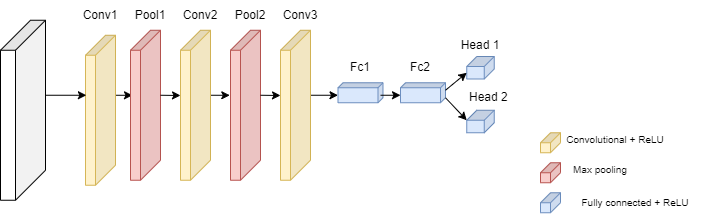
Earlier version of the draw.io export 3 layer Conv Multitask (Age + Gender Classifier).png (akmeraki/Neural-Network-Architecure-Diagrams). Source tidied: cells renumbered, new cells last; positions are measured from the earlier drawing's top-left corner, leaving out a move shared by most shapes.
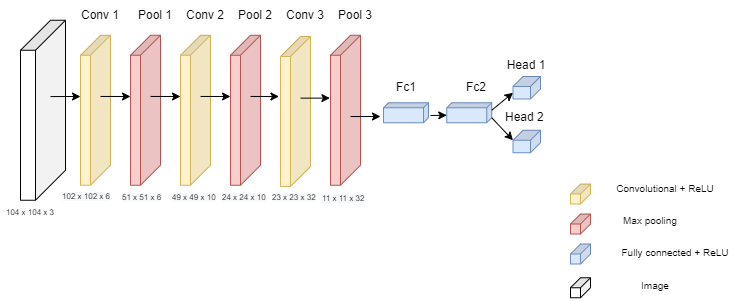
The same diagram one commit later.

What changed in the source:
```diff
@@ -2,85 +2,69 @@
   <root>
     <mxCell id="0" />
     <mxCell id="1" parent="0" />
-    <mxCell id="2" style="edgeStyle=orthogonalEdgeStyle;rounded=0;jettySize=auto;html=1;exitX=0;exitY=0;exitDx=65;exitDy=0;exitPerimeter=0;entryX=0.436;entryY=0.933;entryDx=0;entryDy=0;entryPerimeter=0;" parent="1" edge="1" target="6">
-      <mxGeometry relative="1" as="geometry">
-        <mxPoint x="110" y="94.8" as="sourcePoint" />
-      </mxGeometry>
-    </mxCell>
     <mxCell id="3" style="shape=cube;whiteSpace=wrap;html=1;boundedLbl=1;backgroundOutline=1;darkOpacity=0.05;darkOpacity2=0.1;shadow=0;sketch=0;strokeColor=#d6b656;size=20;direction=south;fillColor=#fff2cc;" parent="1" vertex="1">
-      <mxGeometry x="85" y="34.8" width="30" height="150" as="geometry" />
+      <mxGeometry x="60" y="34.8" width="30" height="150" as="geometry" />
     </mxCell>
-    <mxCell id="4" style="edgeStyle=orthogonalEdgeStyle;rounded=0;jettySize=auto;html=1;exitX=0;exitY=0;exitDx=65;exitDy=0;exitPerimeter=0;entryX=0.431;entryY=1.022;entryDx=0;entryDy=0;entryPerimeter=0;" parent="1" edge="1" source="5" target="7">
-      <mxGeometry relative="1" as="geometry" />
-    </mxCell>
     <mxCell id="5" style="shape=cube;whiteSpace=wrap;html=1;boundedLbl=1;backgroundOutline=1;darkOpacity=0.05;darkOpacity2=0.1;shadow=0;sketch=0;strokeColor=#d6b656;size=20;direction=south;fillColor=#fff2cc;" parent="1" vertex="1">
-      <mxGeometry x="180" y="29.8" width="30" height="150" as="geometry" />
+      <mxGeometry x="160" y="34.8" width="30" height="150" as="geometry" />
     </mxCell>
     <mxCell id="6" style="shape=cube;whiteSpace=wrap;html=1;boundedLbl=1;backgroundOutline=1;darkOpacity=0.05;darkOpacity2=0.1;shadow=0;sketch=0;strokeColor=#b85450;size=20;direction=south;fillColor=#f8cecc;" parent="1" vertex="1">
-      <mxGeometry x="130" y="29.8" width="30" height="150" as="geometry" />
+      <mxGeometry x="110" y="34.8" width="30" height="150" as="geometry" />
     </mxCell>
     <mxCell id="7" style="shape=cube;whiteSpace=wrap;html=1;boundedLbl=1;backgroundOutline=1;darkOpacity=0.05;darkOpacity2=0.1;shadow=0;sketch=0;strokeColor=#b85450;size=20;direction=south;fillColor=#f8cecc;" parent="1" vertex="1">
-      <mxGeometry x="230" y="29.8" width="30" height="150" as="geometry" />
+      <mxGeometry x="210" y="34.8" width="30" height="150" as="geometry" />
     </mxCell>
-    <mxCell id="8" value="Conv1" style="text;html=1;strokeColor=none;fillColor=none;align=center;verticalAlign=middle;whiteSpace=wrap;rounded=0;shadow=0;sketch=0;" parent="1" vertex="1">
-      <mxGeometry x="70" y="-0.2" width="60" height="30" as="geometry" />
+    <mxCell id="8" value="Conv 1" style="text;html=1;strokeColor=none;fillColor=none;align=center;verticalAlign=middle;whiteSpace=wrap;rounded=0;shadow=0;sketch=0;" parent="1" vertex="1">
+      <mxGeometry x="50" y="-0.2" width="60" height="30" as="geometry" />
     </mxCell>
-    <mxCell id="9" value="Pool1" style="text;html=1;strokeColor=none;fillColor=none;align=center;verticalAlign=middle;whiteSpace=wrap;rounded=0;shadow=0;sketch=0;" parent="1" vertex="1">
-      <mxGeometry x="120" y="-0.2" width="60" height="30" as="geometry" />
+    <mxCell id="9" value="Pool 1" style="text;html=1;strokeColor=none;fillColor=none;align=center;verticalAlign=middle;whiteSpace=wrap;rounded=0;shadow=0;sketch=0;" parent="1" vertex="1">
+      <mxGeometry x="105" y="-0.2" width="60" height="30" as="geometry" />
     </mxCell>
-    <mxCell id="10" value="Conv2" style="text;html=1;strokeColor=none;fillColor=none;align=center;verticalAlign=middle;whiteSpace=wrap;rounded=0;shadow=0;sketch=0;" parent="1" vertex="1">
-      <mxGeometry x="170" y="-0.2" width="60" height="30" as="geometry" />
+    <mxCell id="10" value="Conv 2" style="text;html=1;strokeColor=none;fillColor=none;align=center;verticalAlign=middle;whiteSpace=wrap;rounded=0;shadow=0;sketch=0;" parent="1" vertex="1">
+      <mxGeometry x="155" y="-0.2" width="60" height="30" as="geometry" />
     </mxCell>
-    <mxCell id="11" value="Pool2" style="text;html=1;strokeColor=none;fillColor=none;align=center;verticalAlign=middle;whiteSpace=wrap;rounded=0;shadow=0;sketch=0;" parent="1" vertex="1">
-      <mxGeometry x="220" y="-0.2" width="60" height="30" as="geometry" />
+    <mxCell id="11" value="Pool 2" style="text;html=1;strokeColor=none;fillColor=none;align=center;verticalAlign=middle;whiteSpace=wrap;rounded=0;shadow=0;sketch=0;" parent="1" vertex="1">
+      <mxGeometry x="205" y="-0.2" width="60" height="30" as="geometry" />
     </mxCell>
-    <mxCell id="12" value="Conv3" style="text;html=1;strokeColor=none;fillColor=none;align=center;verticalAlign=middle;whiteSpace=wrap;rounded=0;shadow=0;sketch=0;" parent="1" vertex="1">
-      <mxGeometry x="270" y="-0.2" width="60" height="30" as="geometry" />
+    <mxCell id="12" value="Conv 3" style="text;html=1;strokeColor=none;fillColor=none;align=center;verticalAlign=middle;whiteSpace=wrap;rounded=0;shadow=0;sketch=0;" parent="1" vertex="1">
+      <mxGeometry x="255" y="-0.2" width="60" height="30" as="geometry" />
     </mxCell>
     <mxCell id="13" style="shape=cube;whiteSpace=wrap;html=1;boundedLbl=1;backgroundOutline=1;darkOpacity=0.05;darkOpacity2=0.1;shadow=0;sketch=0;strokeColor=#6c8ebf;size=5;direction=south;fillColor=#dae8fc;" parent="1" vertex="1">
-      <mxGeometry x="337.5" y="82.2" width="45" height="20" as="geometry" />
+      <mxGeometry x="363" y="102.2" width="45" height="20" as="geometry" />
     </mxCell>
     <mxCell id="14" value="Fc1" style="text;html=1;strokeColor=none;fillColor=none;align=center;verticalAlign=middle;whiteSpace=wrap;rounded=0;shadow=0;sketch=0;" parent="1" vertex="1">
-      <mxGeometry x="330" y="52.2" width="60" height="30" as="geometry" />
+      <mxGeometry x="355.5" y="72.2" width="60" height="30" as="geometry" />
     </mxCell>
     <mxCell id="15" value="Fc2" style="text;html=1;strokeColor=none;fillColor=none;align=center;verticalAlign=middle;whiteSpace=wrap;rounded=0;shadow=0;sketch=0;" parent="1" vertex="1">
-      <mxGeometry x="390" y="52.2" width="60" height="30" as="geometry" />
+      <mxGeometry x="426.2" y="72.2" width="60" height="30" as="geometry" />
     </mxCell>
-    <mxCell id="16" style="edgeStyle=orthogonalEdgeStyle;rounded=0;jettySize=auto;html=1;exitX=0;exitY=0;exitDx=65;exitDy=0;exitPerimeter=0;entryX=0;entryY=0;entryDx=12.5;entryDy=45;entryPerimeter=0;" parent="1" edge="1" source="17" target="13">
-      <mxGeometry relative="1" as="geometry" />
-    </mxCell>
     <mxCell id="17" style="shape=cube;whiteSpace=wrap;html=1;boundedLbl=1;backgroundOutline=1;darkOpacity=0.05;darkOpacity2=0.1;shadow=0;sketch=0;strokeColor=#d6b656;size=20;direction=south;fillColor=#fff2cc;" parent="1" vertex="1">
-      <mxGeometry x="280" y="29.8" width="30" height="150" as="geometry" />
+      <mxGeometry x="260" y="36" width="30" height="150" as="geometry" />
     </mxCell>
     <mxCell id="18" style="shape=cube;whiteSpace=wrap;html=1;boundedLbl=1;backgroundOutline=1;darkOpacity=0.05;darkOpacity2=0.1;shadow=0;sketch=0;strokeColor=#d6b656;size=10;direction=south;fillColor=#fff2cc;" parent="1" vertex="1">
-      <mxGeometry x="540" y="132.2" width="20" height="20" as="geometry" />
+      <mxGeometry x="550" y="183.5" width="20" height="20" as="geometry" />
     </mxCell>
     <mxCell id="19" style="shape=cube;whiteSpace=wrap;html=1;boundedLbl=1;backgroundOutline=1;darkOpacity=0.05;darkOpacity2=0.1;shadow=0;sketch=0;strokeColor=#b85450;size=10;direction=south;fillColor=#f8cecc;" parent="1" vertex="1">
-      <mxGeometry x="540" y="162.2" width="20" height="20" as="geometry" />
+      <mxGeometry x="550" y="213.5" width="20" height="20" as="geometry" />
     </mxCell>
     <mxCell id="20" style="shape=cube;whiteSpace=wrap;html=1;boundedLbl=1;backgroundOutline=1;darkOpacity=0.05;darkOpacity2=0.1;shadow=0;sketch=0;strokeColor=#6c8ebf;size=10;direction=south;fillColor=#dae8fc;" parent="1" vertex="1">
-      <mxGeometry x="540" y="192.2" width="20" height="20" as="geometry" />
+      <mxGeometry x="550" y="243.5" width="20" height="20" as="geometry" />
     </mxCell>
     <mxCell id="21" style="shape=cube;whiteSpace=wrap;html=1;boundedLbl=1;backgroundOutline=1;darkOpacity=0.05;darkOpacity2=0.1;shadow=0;sketch=0;strokeColor=#6c8ebf;size=10;direction=south;fillColor=#dae8fc;" parent="1" vertex="1">
-      <mxGeometry x="466.2" y="56" width="27.5" height="22.5" as="geometry" />
+      <mxGeometry x="492.5" y="76" width="27.5" height="22.5" as="geometry" />
     </mxCell>
     <mxCell id="22" style="shape=cube;whiteSpace=wrap;html=1;boundedLbl=1;backgroundOutline=1;darkOpacity=0.05;darkOpacity2=0.1;shadow=0;sketch=0;strokeColor=#6c8ebf;size=5;direction=south;fillColor=#dae8fc;" parent="1" vertex="1">
-      <mxGeometry x="400" y="82.2" width="45" height="20" as="geometry" />
+      <mxGeometry x="426.2" y="102.2" width="45" height="20" as="geometry" />
     </mxCell>
     <mxCell id="23" style="shape=cube;whiteSpace=wrap;html=1;boundedLbl=1;backgroundOutline=1;darkOpacity=0.05;darkOpacity2=0.1;shadow=0;sketch=0;strokeColor=#6c8ebf;size=10;direction=south;fillColor=#dae8fc;" parent="1" vertex="1">
-      <mxGeometry x="466.2" y="109.8" width="27.5" height="22.5" as="geometry" />
+      <mxGeometry x="492.5" y="129.8" width="27.5" height="22.5" as="geometry" />
     </mxCell>
     <mxCell id="24" value="Head 1" style="text;html=1;strokeColor=none;fillColor=none;align=center;verticalAlign=middle;whiteSpace=wrap;rounded=0;shadow=0;sketch=0;" parent="1" vertex="1">
-      <mxGeometry x="450" y="29.8" width="60" height="30" as="geometry" />
+      <mxGeometry x="476.2" y="49.8" width="60" height="30" as="geometry" />
     </mxCell>
     <mxCell id="25" value="Head 2&amp;nbsp;" style="text;html=1;strokeColor=none;fillColor=none;align=center;verticalAlign=middle;whiteSpace=wrap;rounded=0;shadow=0;sketch=0;" parent="1" vertex="1">
-      <mxGeometry x="460" y="82.2" width="60" height="30" as="geometry" />
+      <mxGeometry x="476.2" y="102.2" width="60" height="30" as="geometry" />
     </mxCell>
-    <mxCell id="26" style="endArrow=classic;html=1;rounded=0;entryX=0;entryY=0;entryDx=12.5;entryDy=45;entryPerimeter=0;" parent="1" edge="1" target="22">
-      <mxGeometry relative="1" as="geometry">
-        <mxPoint x="380" y="94.8" as="sourcePoint" />
-      </mxGeometry>
-    </mxCell>
     <mxCell id="27" style="endArrow=classic;html=1;rounded=0;exitX=0;exitY=0;exitDx=7.5;exitDy=0;exitPerimeter=0;entryX=0;entryY=0;entryDx=16.25;entryDy=27.5;entryPerimeter=0;" parent="1" edge="1" source="22" target="21">
       <mxGeometry relative="1" as="geometry" />
     </mxCell>
@@ -88,29 +72,85 @@
       <mxGeometry relative="1" as="geometry" />
     </mxCell>
     <mxCell id="29" value="&lt;font style=&quot;font-size: 10px&quot;&gt;Convolutional + ReLU&lt;/font&gt;" style="text;html=1;strokeColor=none;fillColor=none;align=center;verticalAlign=middle;whiteSpace=wrap;rounded=0;shadow=0;sketch=0;strokeWidth=5;" parent="1" vertex="1">
-      <mxGeometry x="560" y="124.8" width="110" height="27.5" as="geometry" />
+      <mxGeometry x="590" y="174.1" width="110" height="27.5" as="geometry" />
     </mxCell>
     <mxCell id="30" value="&lt;font size=&quot;1&quot;&gt;Max pooling&lt;/font&gt;" style="text;html=1;strokeColor=none;fillColor=none;align=center;verticalAlign=middle;whiteSpace=wrap;rounded=0;shadow=0;sketch=0;strokeWidth=5;" parent="1" vertex="1">
-      <mxGeometry x="550" y="154.8" width="100" height="27.5" as="geometry" />
+      <mxGeometry x="580" y="206.6" width="100" height="27.5" as="geometry" />
     </mxCell>
     <mxCell id="31" value="&lt;font size=&quot;1&quot;&gt;Fully connected + ReLU&lt;/font&gt;" style="text;html=1;strokeColor=none;fillColor=none;align=center;verticalAlign=middle;whiteSpace=wrap;rounded=0;shadow=0;sketch=0;strokeWidth=5;" parent="1" vertex="1">
-      <mxGeometry x="570" y="188.5" width="130" height="27.5" as="geometry" />
+      <mxGeometry x="590" y="237.9" width="130" height="27.5" as="geometry" />
     </mxCell>
-    <mxCell id="32" style="edgeStyle=none;rounded=0;jettySize=auto;html=1;exitX=0;exitY=0;exitDx=75;exitDy=0;exitPerimeter=0;fontSize=10;entryX=0.4;entryY=0.971;entryDx=0;entryDy=0;entryPerimeter=0;" parent="1" edge="1" source="33" target="3">
-      <mxGeometry relative="1" as="geometry" />
-    </mxCell>
     <mxCell id="33" style="shape=cube;whiteSpace=wrap;html=1;boundedLbl=1;backgroundOutline=1;darkOpacity=0.05;darkOpacity2=0.1;shadow=0;sketch=0;size=30;direction=south;" parent="1" vertex="1">
       <mxGeometry y="19.8" width="45" height="180" as="geometry" />
     </mxCell>
-    <mxCell id="34" style="endArrow=classic;html=1;rounded=0;fontSize=10;exitX=0;exitY=0;exitDx=65;exitDy=0;exitPerimeter=0;" parent="1" edge="1" source="7">
-      <mxGeometry relative="1" as="geometry">
-        <mxPoint x="280" y="95" as="targetPoint" />
-      </mxGeometry>
-    </mxCell>
-    <mxCell id="35" style="endArrow=classic;html=1;rounded=0;fontSize=10;exitX=0;exitY=0;exitDx=65;exitDy=0;exitPerimeter=0;" parent="1" edge="1" source="6">
-      <mxGeometry relative="1" as="geometry">
-        <mxPoint x="180" y="95" as="targetPoint" />
-      </mxGeometry>
-    </mxCell>
+    <mxCell id="36" style="shape=cube;whiteSpace=wrap;html=1;boundedLbl=1;backgroundOutline=1;darkOpacity=0.05;darkOpacity2=0.1;shadow=0;sketch=0;size=10;direction=south;" parent="1" vertex="1">
+      <mxGeometry x="550" y="277.3" width="20" height="20" as="geometry" />
+    </mxCell>
+    <mxCell id="37" value="&lt;font size=&quot;1&quot;&gt;Image&lt;/font&gt;" style="text;html=1;strokeColor=none;fillColor=none;align=center;verticalAlign=middle;whiteSpace=wrap;rounded=0;shadow=0;sketch=0;strokeWidth=5;" parent="1" vertex="1">
+      <mxGeometry x="590" y="273.5" width="90" height="23.8" as="geometry" />
+    </mxCell>
+    <mxCell id="38" value="&lt;font style=&quot;font-size: 8px&quot;&gt;104 x 104 x 3&lt;/font&gt;" style="text;html=1;strokeColor=none;fillColor=none;align=center;verticalAlign=middle;whiteSpace=wrap;rounded=0;shadow=0;sketch=0;fontSize=10;" parent="1" vertex="1">
+      <mxGeometry x="-20" y="196" width="60" height="30" as="geometry" />
+    </mxCell>
+    <mxCell id="39" value="&lt;span style=&quot;color: rgb(0 , 0 , 0) ; font-family: &amp;#34;helvetica&amp;#34; ; font-size: 8px ; font-style: normal ; font-weight: 400 ; letter-spacing: normal ; text-align: center ; text-indent: 0px ; text-transform: none ; word-spacing: 0px ; background-color: rgb(248 , 249 , 250) ; display: inline ; float: none&quot;&gt;102 x 102 x 6&lt;/span&gt;" style="text;whiteSpace=wrap;html=1;fontSize=8;" parent="1" vertex="1">
+      <mxGeometry x="40" y="184.8" width="70" height="30" as="geometry" />
+    </mxCell>
+    <mxCell id="40" value="&lt;span style=&quot;color: rgb(0 , 0 , 0) ; font-family: &amp;#34;helvetica&amp;#34; ; font-size: 8px ; font-style: normal ; font-weight: 400 ; letter-spacing: normal ; text-align: center ; text-indent: 0px ; text-transform: none ; word-spacing: 0px ; background-color: rgb(248 , 249 , 250) ; display: inline ; float: none&quot;&gt;51 x 51 x 6&lt;/span&gt;" style="text;whiteSpace=wrap;html=1;fontSize=8;" parent="1" vertex="1">
+      <mxGeometry x="100" y="186" width="70" height="30" as="geometry" />
+    </mxCell>
+    <mxCell id="41" value="&lt;span style=&quot;color: rgb(0 , 0 , 0) ; font-family: &amp;#34;helvetica&amp;#34; ; font-size: 8px ; font-style: normal ; font-weight: 400 ; letter-spacing: normal ; text-align: center ; text-indent: 0px ; text-transform: none ; word-spacing: 0px ; background-color: rgb(248 , 249 , 250) ; display: inline ; float: none&quot;&gt;49 x 49 x 10&lt;/span&gt;" style="text;whiteSpace=wrap;html=1;fontSize=8;" parent="1" vertex="1">
+      <mxGeometry x="150" y="186" width="70" height="30" as="geometry" />
+    </mxCell>
+    <mxCell id="42" value="&lt;span style=&quot;color: rgb(0 , 0 , 0) ; font-family: &amp;#34;helvetica&amp;#34; ; font-size: 8px ; font-style: normal ; font-weight: 400 ; letter-spacing: normal ; text-align: center ; text-indent: 0px ; text-transform: none ; word-spacing: 0px ; background-color: rgb(248 , 249 , 250) ; display: inline ; float: none&quot;&gt;24 x 24 x 10&lt;/span&gt;" style="text;whiteSpace=wrap;html=1;fontSize=8;" parent="1" vertex="1">
+      <mxGeometry x="200" y="186" width="70" height="30" as="geometry" />
+    </mxCell>
+    <mxCell id="43" style="shape=cube;whiteSpace=wrap;html=1;boundedLbl=1;backgroundOutline=1;darkOpacity=0.05;darkOpacity2=0.1;shadow=0;sketch=0;strokeColor=#b85450;size=20;direction=south;fillColor=#f8cecc;" parent="1" vertex="1">
+      <mxGeometry x="310" y="34.8" width="30" height="150" as="geometry" />
+    </mxCell>
+    <mxCell id="44" value="Pool 3" style="text;html=1;strokeColor=none;fillColor=none;align=center;verticalAlign=middle;whiteSpace=wrap;rounded=0;shadow=0;sketch=0;" parent="1" vertex="1">
+      <mxGeometry x="305" y="-0.2" width="60" height="30" as="geometry" />
+    </mxCell>
+    <mxCell id="45" value="&lt;span style=&quot;color: rgb(0 , 0 , 0) ; font-family: &amp;#34;helvetica&amp;#34; ; font-size: 8px ; font-style: normal ; font-weight: 400 ; letter-spacing: normal ; text-align: center ; text-indent: 0px ; text-transform: none ; word-spacing: 0px ; background-color: rgb(248 , 249 , 250) ; display: inline ; float: none&quot;&gt;23 x 23 x 32&lt;/span&gt;" style="text;whiteSpace=wrap;html=1;fontSize=8;" parent="1" vertex="1">
+      <mxGeometry x="250" y="186" width="70" height="30" as="geometry" />
+    </mxCell>
+    <mxCell id="46" value="&lt;span style=&quot;color: rgb(0 , 0 , 0) ; font-family: &amp;#34;helvetica&amp;#34; ; font-size: 8px ; font-style: normal ; font-weight: 400 ; letter-spacing: normal ; text-align: center ; text-indent: 0px ; text-transform: none ; word-spacing: 0px ; background-color: rgb(248 , 249 , 250) ; display: inline ; float: none&quot;&gt;11 x 11 x 32&lt;/span&gt;" style="text;whiteSpace=wrap;html=1;fontSize=8;" parent="1" vertex="1">
+      <mxGeometry x="300" y="187.2" width="70" height="30" as="geometry" />
+    </mxCell>
+    <mxCell id="47" style="endArrow=classic;html=1;rounded=0;entryX=0;entryY=0;entryDx=12.5;entryDy=45;entryPerimeter=0;" parent="1" edge="1" target="22">
+      <mxGeometry relative="1" as="geometry">
+        <mxPoint x="410" y="115" as="sourcePoint" />
+      </mxGeometry>
+    </mxCell>
+    <mxCell id="48" style="endArrow=classic;html=1;rounded=0;fontSize=8;exitX=0.424;exitY=0.333;exitDx=0;exitDy=0;exitPerimeter=0;" parent="1" edge="1" source="33">
+      <mxGeometry relative="1" as="geometry">
+        <mxPoint x="60" y="96" as="targetPoint" />
+      </mxGeometry>
+    </mxCell>
+    <mxCell id="49" style="endArrow=classic;html=1;rounded=0;fontSize=8;exitX=0.408;exitY=0.333;exitDx=0;exitDy=0;exitPerimeter=0;" parent="1" edge="1" source="6">
+      <mxGeometry relative="1" as="geometry">
+        <mxPoint x="160" y="96" as="targetPoint" />
+      </mxGeometry>
+    </mxCell>
+    <mxCell id="50" style="endArrow=classic;html=1;rounded=0;fontSize=8;exitX=0.408;exitY=0.333;exitDx=0;exitDy=0;exitPerimeter=0;" parent="1" edge="1" source="3">
+      <mxGeometry relative="1" as="geometry">
+        <mxPoint x="110" y="96" as="targetPoint" />
+      </mxGeometry>
+    </mxCell>
+    <mxCell id="51" style="endArrow=classic;html=1;rounded=0;fontSize=8;exitX=0.408;exitY=0.333;exitDx=0;exitDy=0;exitPerimeter=0;" parent="1" edge="1" source="5">
+      <mxGeometry relative="1" as="geometry">
+        <mxPoint x="210" y="96" as="targetPoint" />
+      </mxGeometry>
+    </mxCell>
+    <mxCell id="52" style="endArrow=classic;html=1;rounded=0;fontSize=8;entryX=0.4;entryY=1.051;entryDx=0;entryDy=0;entryPerimeter=0;exitX=0.408;exitY=0.333;exitDx=0;exitDy=0;exitPerimeter=0;" parent="1" edge="1" source="7" target="17">
+      <mxGeometry relative="1" as="geometry" />
+    </mxCell>
+    <mxCell id="53" style="endArrow=classic;html=1;rounded=0;fontSize=8;entryX=0.419;entryY=1.02;entryDx=0;entryDy=0;entryPerimeter=0;exitX=0.411;exitY=0.333;exitDx=0;exitDy=0;exitPerimeter=0;" parent="1" edge="1" source="17" target="43">
+      <mxGeometry relative="1" as="geometry" />
+    </mxCell>
+    <mxCell id="54" style="endArrow=classic;html=1;rounded=0;fontSize=8;exitX=0.542;exitY=0.333;exitDx=0;exitDy=0;exitPerimeter=0;" parent="1" edge="1" source="43">
+      <mxGeometry relative="1" as="geometry">
+        <mxPoint x="360" y="116" as="targetPoint" />
+      </mxGeometry>
+    </mxCell>
   </root>
 </mxGraphModel>
```
